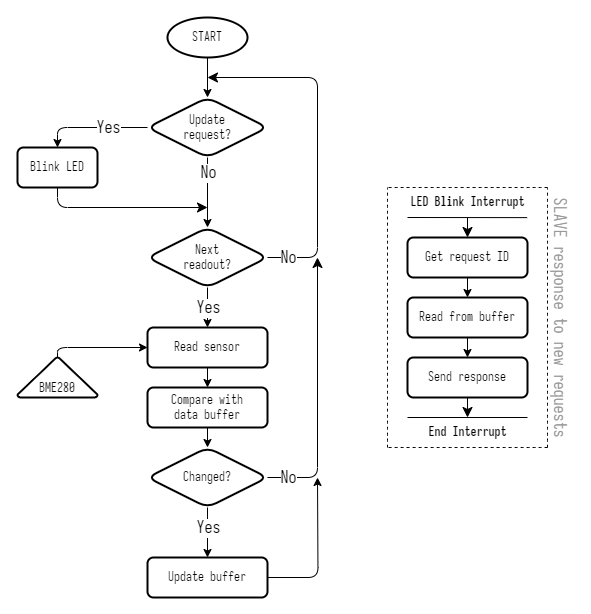
Before: images/SLAVE-loop-flowchart.png, a diagram exported from draw.io (utbrott/lora-psn). Source tidied: cells renumbered, new cells last; positions are measured from the earlier drawing's top-left corner, leaving out a move shared by most shapes. The source it was exported from:
```xml
<mxGraphModel>
  <root>
    <mxCell id="0" />
    <mxCell id="1" parent="0" />
    <mxCell id="2" value="Update&lt;br&gt;request?" style="rhombus;whiteSpace=wrap;html=1;fontFamily=Iosevka;fontSize=12;strokeWidth=2;rounded=1;" parent="1" vertex="1">
      <mxGeometry x="130" y="80" width="120" height="60" as="geometry" />
    </mxCell>
    <mxCell id="3" style="edgeStyle=none;rounded=1;jettySize=auto;html=1;fontSize=12;startSize=8;endSize=8;exitX=0.5;exitY=1;exitDx=0;exitDy=0;" parent="1" edge="1" source="4">
      <mxGeometry relative="1" as="geometry">
        <mxPoint x="190" y="190" as="targetPoint" />
        <Array as="points">
          <mxPoint x="40" y="190" />
        </Array>
      </mxGeometry>
    </mxCell>
    <mxCell id="4" value="Blink LED" style="rounded=1;whiteSpace=wrap;html=1;fontSize=12;glass=0;strokeWidth=2;shadow=0;fontFamily=Iosevka;" parent="1" vertex="1">
      <mxGeometry y="130" width="80" height="40" as="geometry" />
    </mxCell>
    <mxCell id="5" style="edgeStyle=none;rounded=1;jettySize=auto;html=1;exitX=1;exitY=0.5;exitDx=0;exitDy=0;fontSize=12;startSize=8;endSize=8;" parent="1" edge="1" source="7">
      <mxGeometry relative="1" as="geometry">
        <mxPoint x="190" y="60" as="targetPoint" />
        <Array as="points">
          <mxPoint x="300" y="240" />
          <mxPoint x="300" y="60" />
        </Array>
      </mxGeometry>
    </mxCell>
    <mxCell id="6" value="No" style="edgeLabel;html=1;align=center;verticalAlign=middle;fontSize=16;fontFamily=Iosevka;rounded=1;" parent="5" vertex="1">
      <mxGeometry x="-0.35" relative="1" as="geometry">
        <mxPoint x="-30" y="60" as="offset" />
      </mxGeometry>
    </mxCell>
    <mxCell id="7" value="Next&lt;br&gt;readout?" style="rhombus;whiteSpace=wrap;html=1;fontFamily=Iosevka;fontSize=12;strokeWidth=2;rounded=1;" parent="1" vertex="1">
      <mxGeometry x="130" y="210" width="120" height="60" as="geometry" />
    </mxCell>
    <mxCell id="8" style="edgeStyle=orthogonalEdgeStyle;rounded=1;jettySize=auto;html=1;exitX=0.5;exitY=1;exitDx=0;exitDy=0;entryX=0.5;entryY=0;entryDx=0;entryDy=0;" parent="1" edge="1" source="9" target="22">
      <mxGeometry relative="1" as="geometry" />
    </mxCell>
    <mxCell id="9" value="Compare with&lt;br style=&quot;font-size: 12px;&quot;&gt;data buffer" style="rounded=1;whiteSpace=wrap;html=1;fontSize=12;glass=0;strokeWidth=2;shadow=0;fontFamily=Iosevka;" parent="1" vertex="1">
      <mxGeometry x="130" y="370" width="120" height="40" as="geometry" />
    </mxCell>
    <mxCell id="10" style="endArrow=classic;html=1;rounded=1;fontFamily=Iosevka;exitX=0.5;exitY=1;exitDx=0;exitDy=0;entryX=0.5;entryY=0;entryDx=0;entryDy=0;strokeWidth=1;" parent="1" edge="1" source="2" target="7">
      <mxGeometry relative="1" as="geometry" />
    </mxCell>
    <mxCell id="11" value="No" style="edgeLabel;html=1;align=center;verticalAlign=middle;fontFamily=Iosevka;fontSize=16;rounded=1;" parent="10" vertex="1">
      <mxGeometry relative="1" as="geometry">
        <mxPoint y="-20" as="offset" />
      </mxGeometry>
    </mxCell>
    <mxCell id="12" style="endArrow=classic;html=1;rounded=1;exitX=0;exitY=0.5;exitDx=0;exitDy=0;entryX=0.5;entryY=0;entryDx=0;entryDy=0;strokeWidth=1;" parent="1" edge="1" source="2" target="4">
      <mxGeometry relative="1" as="geometry">
        <Array as="points">
          <mxPoint x="40" y="110" />
        </Array>
      </mxGeometry>
    </mxCell>
    <mxCell id="13" value="Yes" style="edgeLabel;html=1;align=center;verticalAlign=middle;fontFamily=Iosevka;fontSize=16;rounded=1;" parent="12" vertex="1">
      <mxGeometry relative="1" as="geometry">
        <mxPoint x="15" as="offset" />
      </mxGeometry>
    </mxCell>
    <mxCell id="14" style="edgeStyle=orthogonalEdgeStyle;rounded=1;jettySize=auto;html=1;exitX=0.5;exitY=0;exitDx=0;exitDy=0;exitPerimeter=0;fontSize=12;strokeWidth=1;" parent="1" edge="1" source="15" target="19">
      <mxGeometry relative="1" as="geometry">
        <Array as="points">
          <mxPoint x="40" y="330" />
        </Array>
      </mxGeometry>
    </mxCell>
    <mxCell id="15" value="BME280" style="strokeWidth=2;html=1;shape=mxgraph.flowchart.extract_or_measurement;whiteSpace=wrap;verticalAlign=bottom;fontFamily=Iosevka;rounded=1;" parent="1" vertex="1">
      <mxGeometry y="340" width="80" height="40" as="geometry" />
    </mxCell>
    <mxCell id="16" style="endArrow=classic;html=1;rounded=1;fontFamily=Iosevka;strokeWidth=1;exitX=0.5;exitY=1;exitDx=0;exitDy=0;entryX=0.5;entryY=0;entryDx=0;entryDy=0;" parent="1" edge="1" source="7" target="19">
      <mxGeometry relative="1" as="geometry" />
    </mxCell>
    <mxCell id="17" value="Yes" style="edgeLabel;html=1;align=center;verticalAlign=middle;fontFamily=Iosevka;fontSize=16;rounded=1;" parent="16" vertex="1">
      <mxGeometry relative="1" as="geometry" />
    </mxCell>
    <mxCell id="18" style="edgeStyle=orthogonalEdgeStyle;rounded=1;jettySize=auto;html=1;exitX=0.5;exitY=1;exitDx=0;exitDy=0;entryX=0.5;entryY=0;entryDx=0;entryDy=0;" parent="1" edge="1" source="19" target="9">
      <mxGeometry relative="1" as="geometry" />
    </mxCell>
    <mxCell id="19" value="Read sensor" style="rounded=1;whiteSpace=wrap;html=1;fontSize=12;glass=0;strokeWidth=2;shadow=0;fontFamily=Iosevka;" parent="1" vertex="1">
      <mxGeometry x="130" y="310" width="120" height="40" as="geometry" />
    </mxCell>
    <mxCell id="20" style="edgeStyle=none;rounded=1;jettySize=auto;html=1;fontSize=12;startSize=8;endSize=8;" parent="1" edge="1" source="22">
      <mxGeometry relative="1" as="geometry">
        <mxPoint x="300" y="240" as="targetPoint" />
        <Array as="points">
          <mxPoint x="300" y="460" />
        </Array>
      </mxGeometry>
    </mxCell>
    <mxCell id="21" value="No" style="edgeLabel;html=1;align=center;verticalAlign=middle;fontSize=16;fontFamily=Iosevka;rounded=1;" parent="20" vertex="1">
      <mxGeometry x="-0.87" y="-1" relative="1" as="geometry">
        <mxPoint x="3" y="-1" as="offset" />
      </mxGeometry>
    </mxCell>
    <mxCell id="22" value="Changed?" style="rhombus;whiteSpace=wrap;html=1;fontFamily=Iosevka;fontSize=12;strokeWidth=2;rounded=1;" parent="1" vertex="1">
      <mxGeometry x="130" y="430" width="120" height="60" as="geometry" />
    </mxCell>
    <mxCell id="23" style="edgeStyle=orthogonalEdgeStyle;rounded=1;jettySize=auto;html=1;exitX=1;exitY=0.5;exitDx=0;exitDy=0;" parent="1" edge="1" source="24">
      <mxGeometry relative="1" as="geometry">
        <mxPoint x="300" y="460" as="targetPoint" />
      </mxGeometry>
    </mxCell>
    <mxCell id="24" value="Update buffer" style="rounded=1;whiteSpace=wrap;html=1;fontSize=12;glass=0;strokeWidth=2;shadow=0;fontFamily=Iosevka;" parent="1" vertex="1">
      <mxGeometry x="130" y="540" width="120" height="40" as="geometry" />
    </mxCell>
    <mxCell id="25" style="endArrow=classic;html=1;rounded=1;exitX=0.5;exitY=1;exitDx=0;exitDy=0;entryX=0.5;entryY=0;entryDx=0;entryDy=0;" parent="1" edge="1" source="22" target="24">
      <mxGeometry relative="1" as="geometry" />
    </mxCell>
    <mxCell id="26" value="Yes" style="edgeLabel;html=1;align=center;verticalAlign=middle;fontSize=16;fontFamily=Iosevka;rounded=1;" parent="25" vertex="1">
      <mxGeometry relative="1" as="geometry">
        <mxPoint y="-5" as="offset" />
      </mxGeometry>
    </mxCell>
    <mxCell id="27" style="edgeStyle=orthogonalEdgeStyle;rounded=1;jettySize=auto;html=1;exitX=0.5;exitY=1;exitDx=0;exitDy=0;exitPerimeter=0;entryX=0.5;entryY=0;entryDx=0;entryDy=0;" parent="1" edge="1" source="28" target="2">
      <mxGeometry relative="1" as="geometry" />
    </mxCell>
    <mxCell id="28" value="START" style="strokeWidth=2;html=1;shape=mxgraph.flowchart.start_1;whiteSpace=wrap;fontFamily=Iosevka;rounded=1;" parent="1" vertex="1">
      <mxGeometry x="150" width="80" height="40" as="geometry" />
    </mxCell>
    <mxCell id="29" style="group;rounded=1;" parent="1" vertex="1">
      <mxGeometry x="370" y="170" width="160" height="260" as="geometry" />
    </mxCell>
    <mxCell id="30" value="Get request ID" style="rounded=1;whiteSpace=wrap;html=1;fontSize=12;glass=0;strokeWidth=2;shadow=0;fontFamily=Iosevka;" parent="29" vertex="1">
      <mxGeometry x="20" y="50" width="120" height="40" as="geometry" />
    </mxCell>
    <mxCell id="31" value="Read from buffer" style="rounded=1;whiteSpace=wrap;html=1;fontSize=12;glass=0;strokeWidth=2;shadow=0;fontFamily=Iosevka;" parent="29" vertex="1">
      <mxGeometry x="20" y="110" width="120" height="40" as="geometry" />
    </mxCell>
    <mxCell id="32" style="edgeStyle=orthogonalEdgeStyle;rounded=1;jettySize=auto;html=1;exitX=0.5;exitY=1;exitDx=0;exitDy=0;entryX=0.5;entryY=0;entryDx=0;entryDy=0;" parent="29" edge="1" source="30" target="31">
      <mxGeometry relative="1" as="geometry" />
    </mxCell>
    <mxCell id="33" value="Send response" style="rounded=1;whiteSpace=wrap;html=1;fontSize=12;glass=0;strokeWidth=2;shadow=0;fontFamily=Iosevka;" parent="29" vertex="1">
      <mxGeometry x="20" y="170" width="120" height="40" as="geometry" />
    </mxCell>
    <mxCell id="34" style="edgeStyle=orthogonalEdgeStyle;rounded=1;jettySize=auto;html=1;exitX=0.5;exitY=1;exitDx=0;exitDy=0;entryX=0.5;entryY=0;entryDx=0;entryDy=0;" parent="29" edge="1" source="31" target="33">
      <mxGeometry relative="1" as="geometry" />
    </mxCell>
    <mxCell id="35" value="LED Blink Interrupt" style="text;html=1;align=center;verticalAlign=middle;points=[];strokeColor=none;fillColor=none;fontSize=12;fontFamily=Iosevka;fontStyle=1;rounded=1;" parent="29" vertex="1">
      <mxGeometry x="10" width="140" height="30" as="geometry" />
    </mxCell>
    <mxCell id="36" style="endArrow=none;html=1;rounded=1;fontSize=12;startSize=8;endSize=8;curved=1;entryX=0.926;entryY=1.004;entryDx=0;entryDy=0;entryPerimeter=0;" parent="29" edge="1" target="35">
      <mxGeometry relative="1" as="geometry">
        <mxPoint x="20" y="30" as="sourcePoint" />
      </mxGeometry>
    </mxCell>
    <mxCell id="37" style="endArrow=classic;html=1;rounded=1;fontSize=12;startSize=8;endSize=8;curved=1;entryX=0.5;entryY=0;entryDx=0;entryDy=0;" parent="29" edge="1" source="35" target="30">
      <mxGeometry relative="1" as="geometry" />
    </mxCell>
    <mxCell id="38" style="endArrow=none;html=1;rounded=1;fontSize=12;startSize=8;endSize=8;curved=1;" parent="29" edge="1">
      <mxGeometry relative="1" as="geometry">
        <mxPoint x="20" y="230" as="sourcePoint" />
        <mxPoint x="140" y="230" as="targetPoint" />
      </mxGeometry>
    </mxCell>
    <mxCell id="39" value="End Interrupt" style="text;html=1;align=center;verticalAlign=middle;points=[];strokeColor=none;fillColor=none;fontSize=12;fontFamily=Iosevka;fontStyle=1;rounded=1;" parent="29" vertex="1">
      <mxGeometry x="30" y="230" width="100" height="30" as="geometry" />
    </mxCell>
    <mxCell id="40" style="edgeStyle=none;curved=1;rounded=1;jettySize=auto;html=1;exitX=0.5;exitY=1;exitDx=0;exitDy=0;fontSize=12;startSize=8;endSize=8;" parent="29" edge="1" source="33" target="39">
      <mxGeometry relative="1" as="geometry" />
    </mxCell>
    <mxCell id="41" style="group;rounded=1;" parent="29" vertex="1">
      <mxGeometry width="160" height="260" as="geometry" />
    </mxCell>
    <mxCell id="42" style="endArrow=none;dashed=1;html=1;rounded=1;fontSize=12;startSize=8;endSize=8;curved=1;" parent="41" edge="1">
      <mxGeometry relative="1" as="geometry">
        <mxPoint y="260" as="sourcePoint" />
        <mxPoint as="targetPoint" />
      </mxGeometry>
    </mxCell>
    <mxCell id="43" style="endArrow=none;dashed=1;html=1;rounded=1;fontSize=12;startSize=8;endSize=8;curved=1;" parent="41" edge="1">
      <mxGeometry relative="1" as="geometry">
        <mxPoint x="160" y="260" as="sourcePoint" />
        <mxPoint x="160" as="targetPoint" />
      </mxGeometry>
    </mxCell>
    <mxCell id="44" style="endArrow=none;dashed=1;html=1;rounded=1;fontSize=12;startSize=8;endSize=8;curved=1;" parent="41" edge="1">
      <mxGeometry relative="1" as="geometry">
        <mxPoint x="160" y="260" as="sourcePoint" />
        <mxPoint y="260" as="targetPoint" />
      </mxGeometry>
    </mxCell>
    <mxCell id="45" style="endArrow=none;dashed=1;html=1;rounded=1;fontSize=12;startSize=8;endSize=8;curved=1;" parent="41" edge="1">
      <mxGeometry relative="1" as="geometry">
        <mxPoint x="160" as="sourcePoint" />
        <mxPoint as="targetPoint" />
      </mxGeometry>
    </mxCell>
    <mxCell id="46" value="SLAVE response to new requests" style="text;html=1;align=center;verticalAlign=middle;strokeColor=none;fillColor=none;fontSize=16;fontFamily=Iosevka;rotation=90;fontColor=#999999;rounded=1;" parent="1" vertex="1">
      <mxGeometry x="412" y="285" width="260" height="30" as="geometry" />
    </mxCell>
  </root>
</mxGraphModel>
```
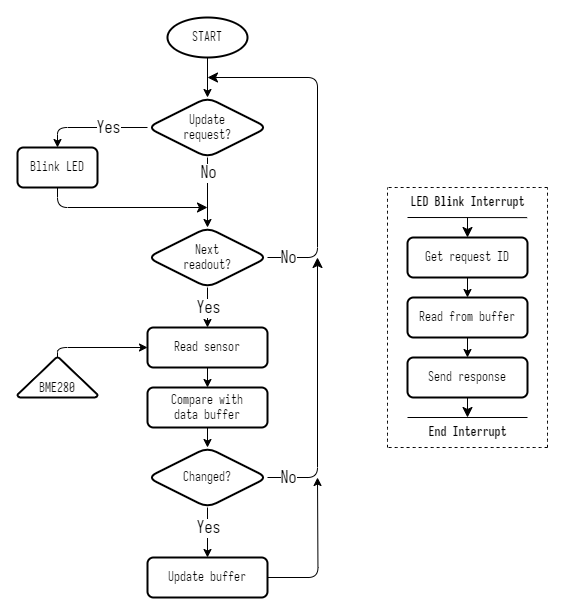
After the commit.

Commit message:
docs: update SLAVE loop flowchart

Diff of the diagram source:
```diff
@@ -187,8 +187,5 @@
         <mxPoint as="targetPoint" />
       </mxGeometry>
     </mxCell>
-    <mxCell id="46" value="SLAVE response to new requests" style="text;html=1;align=center;verticalAlign=middle;strokeColor=none;fillColor=none;fontSize=16;fontFamily=Iosevka;rotation=90;fontColor=#999999;rounded=1;" parent="1" vertex="1">
-      <mxGeometry x="412" y="285" width="260" height="30" as="geometry" />
-    </mxCell>
   </root>
 </mxGraphModel>
```
